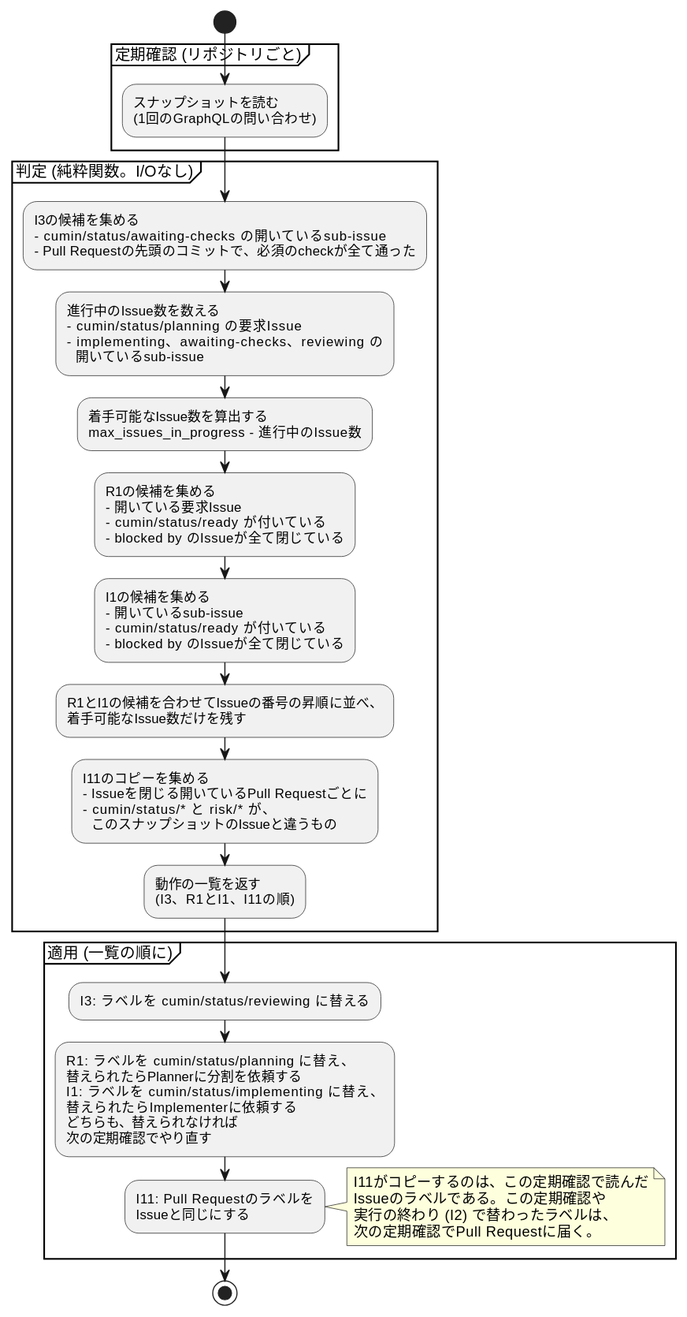
Above: docs/ja/designs/poll-decide.svg in cloveclovedev/cumin-works (PlantUML), before the change.
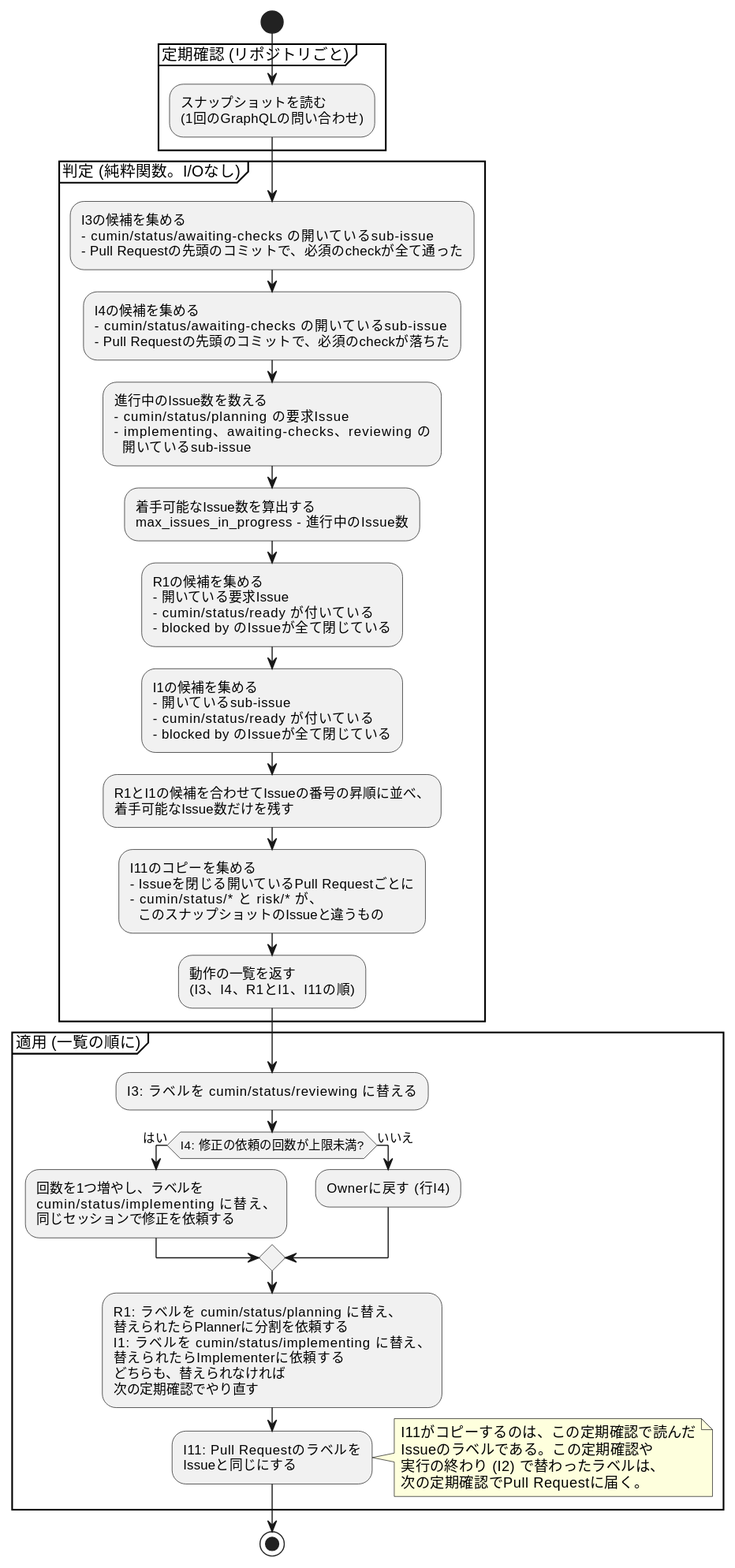
The same file after the commit.

The edit, as a diff of the source:
```diff
@@ -11,6 +11,9 @@
   :I3の候補を集める
   - cumin/status/awaiting-checks の開いているsub-issue
   - Pull Requestの先頭のコミットで、必須のcheckが全て通った;
+  :I4の候補を集める
+  - cumin/status/awaiting-checks の開いているsub-issue
+  - Pull Requestの先頭のコミットで、必須のcheckが落ちた;
   :進行中のIssue数を数える
   - cumin/status/planning の要求Issue
   - implementing、awaiting-checks、reviewing の
@@ -32,10 +35,17 @@
   - cumin/status/* と risk/* が、
     このスナップショットのIssueと違うもの;
   :動作の一覧を返す
-  (I3、R1とI1、I11の順);
+  (I3、I4、R1とI1、I11の順);
 }
 partition "適用 (一覧の順に)" {
   :I3: ラベルを cumin/status/reviewing に替える;
+  if (I4: 修正の依頼の回数が上限未満?) then (はい)
+    :回数を1つ増やし、ラベルを
+    cumin/status/implementing に替え、
+    同じセッションで修正を依頼する;
+  else (いいえ)
+    :Ownerに戻す (行I4);
+  endif
   :R1: ラベルを cumin/status/planning に替え、
   替えられたらPlannerに分割を依頼する
   I1: ラベルを cumin/status/implementing に替え、
```
